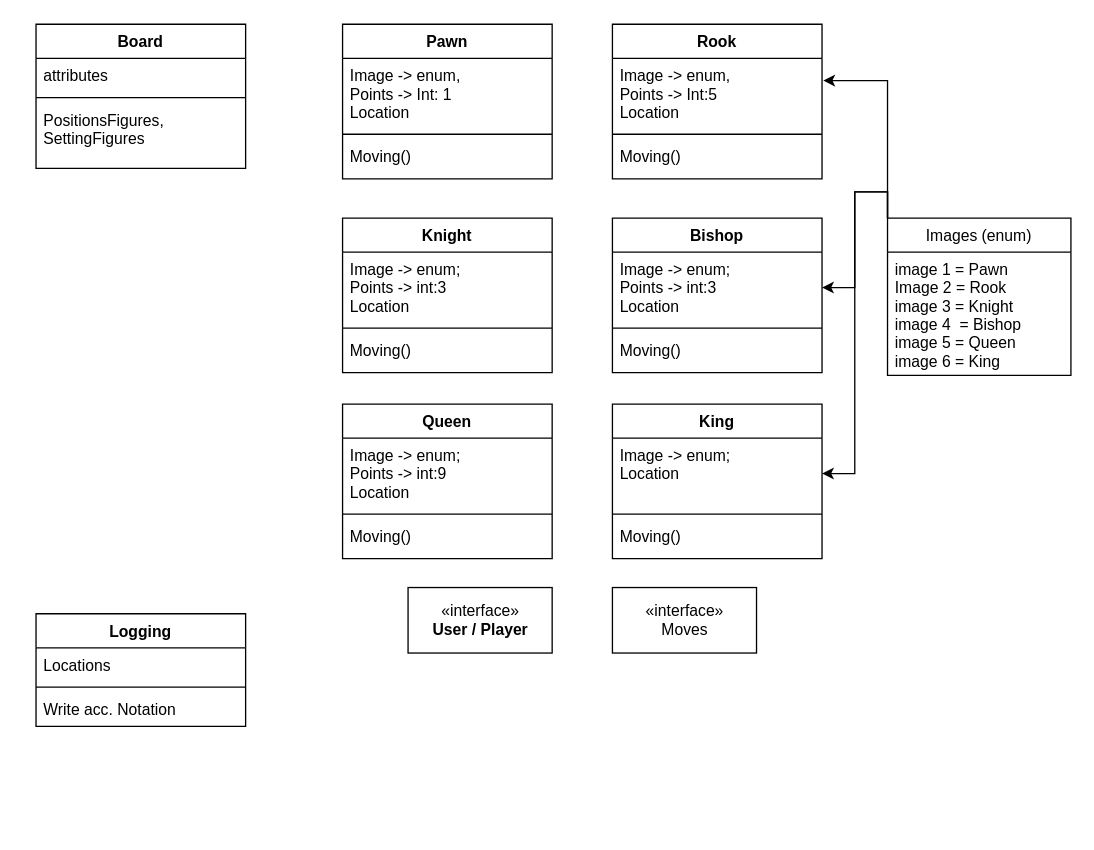
Earlier version of the draw.io diagram Unbenanntes Diagramm.drawio (Bl8nk20/Chess). Source tidied: cells renumbered, new cells numbered last; positions are measured from the earlier drawing's top-left corner, leaving out a move shared by most shapes. Both pictures are drawn from the tidied source at 131%, with x=0, y=0 at pixel (35, 24).
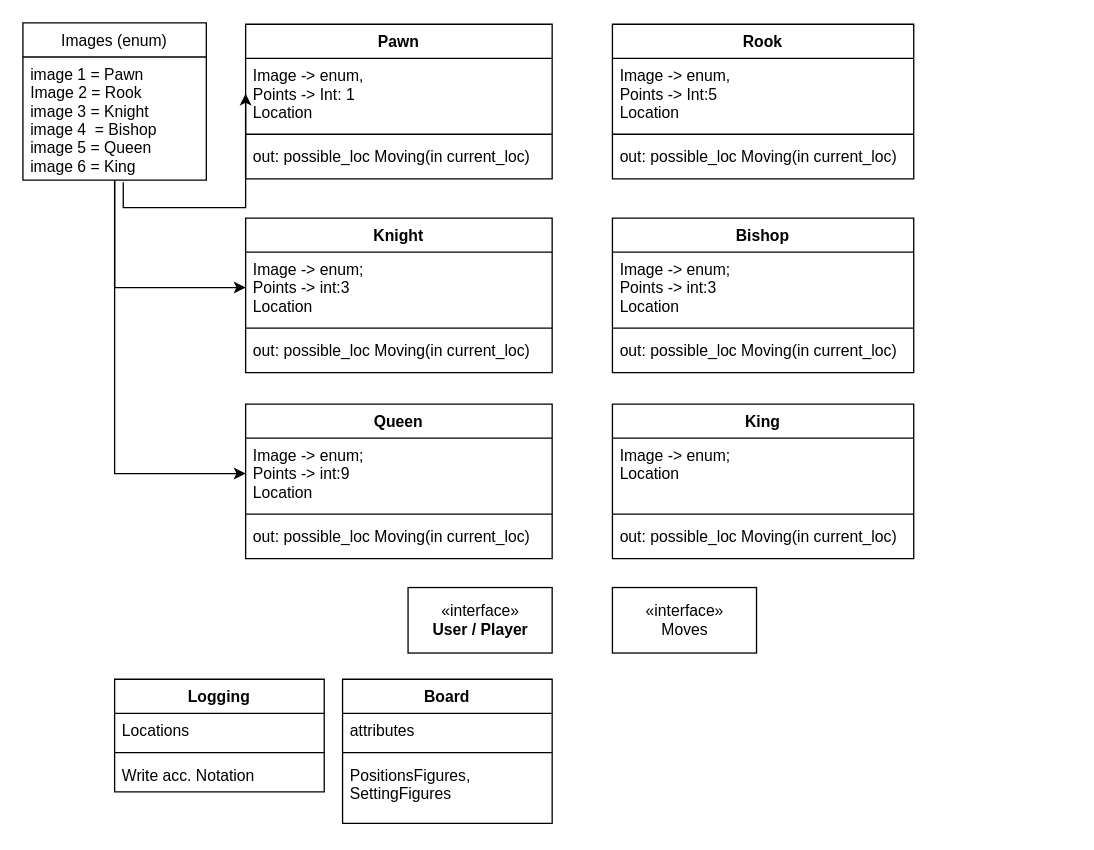
The same page after the edit.

Unchanged cells that the change refers to:
```xml
<mxCell id="34" value="image 1 = Pawn&#10;Image 2 = Rook&#10;image 3 = Knight&#10;image 4  = Bishop&#10;image 5 = Queen&#10;image 6 = King" style="text;strokeColor=none;fillColor=none;align=left;verticalAlign=top;spacingLeft=4;spacingRight=4;overflow=hidden;points=[[0,0.5],[1,0.5]];portConstraint=eastwest;" parent="33" vertex="1">
  <mxGeometry y="26" width="140" height="94" as="geometry" />
</mxCell>
```

What changed in the source:
```diff
@@
     <mxCell id="2" value="Board" style="swimlane;fontStyle=1;align=center;verticalAlign=top;horizontal=1;startSize=26;" parent="1" vertex="1">
-      <mxGeometry width="160" height="110" as="geometry" />
+      <mxGeometry x="234" y="500" width="160" height="110" as="geometry" />
     </mxCell>
@@
     <mxCell id="6" value="Pawn" style="swimlane;fontStyle=1;align=center;verticalAlign=top;horizontal=1;startSize=26;" parent="1" vertex="1">
-      <mxGeometry x="234" width="160" height="118" as="geometry" />
+      <mxGeometry x="160" width="234" height="118" as="geometry" />
     </mxCell>
     <mxCell id="7" value="Image -&gt; enum,&#10;Points -&gt; Int: 1&#10;Location&#10;" style="text;strokeColor=none;fillColor=none;align=left;verticalAlign=top;spacingLeft=4;spacingRight=4;overflow=hidden;points=[[0,0.5],[1,0.5]];portConstraint=eastwest;" parent="6" vertex="1">
-      <mxGeometry y="26" width="160" height="54" as="geometry" />
+      <mxGeometry y="26" width="234" height="54" as="geometry" />
     </mxCell>
     <mxCell id="8" style="line;strokeWidth=1;fillColor=none;align=left;verticalAlign=middle;spacingTop=-1;spacingLeft=3;spacingRight=3;labelPosition=right;strokeColor=inherit;" parent="6" vertex="1">
-      <mxGeometry y="80" width="160" height="8" as="geometry" />
+      <mxGeometry y="80" width="234" height="8" as="geometry" />
     </mxCell>
-    <mxCell id="9" value="Moving()&#10;" style="text;strokeColor=none;fillColor=none;align=left;verticalAlign=top;spacingLeft=4;spacingRight=4;overflow=hidden;" parent="6" vertex="1">
-      <mxGeometry y="88" width="160" height="30" as="geometry" />
+    <mxCell id="9" value="out: possible_loc Moving(in current_loc)" style="text;strokeColor=none;fillColor=none;align=left;verticalAlign=top;spacingLeft=4;spacingRight=4;overflow=hidden;" parent="6" vertex="1">
+      <mxGeometry y="88" width="234" height="30" as="geometry" />
     </mxCell>
     <mxCell id="10" value="Rook" style="swimlane;fontStyle=1;align=center;verticalAlign=top;horizontal=1;startSize=26;" parent="1" vertex="1">
-      <mxGeometry x="440" width="160" height="118" as="geometry" />
+      <mxGeometry x="440" width="230" height="118" as="geometry" />
     </mxCell>
     <mxCell id="11" value="Image -&gt; enum,&#10;Points -&gt; Int:5&#10;Location&#10;" style="text;strokeColor=none;fillColor=none;align=left;verticalAlign=top;spacingLeft=4;spacingRight=4;overflow=hidden;points=[[0,0.5],[1,0.5]];portConstraint=eastwest;" parent="10" vertex="1">
-      <mxGeometry y="26" width="160" height="54" as="geometry" />
+      <mxGeometry y="26" width="230" height="54" as="geometry" />
     </mxCell>
     <mxCell id="12" style="line;strokeWidth=1;fillColor=none;align=left;verticalAlign=middle;spacingTop=-1;spacingLeft=3;spacingRight=3;labelPosition=right;strokeColor=inherit;" parent="10" vertex="1">
-      <mxGeometry y="80" width="160" height="8" as="geometry" />
+      <mxGeometry y="80" width="230" height="8" as="geometry" />
     </mxCell>
-    <mxCell id="13" value="Moving()&#10;" style="text;strokeColor=none;fillColor=none;align=left;verticalAlign=top;spacingLeft=4;spacingRight=4;overflow=hidden;" parent="10" vertex="1">
-      <mxGeometry y="88" width="160" height="30" as="geometry" />
+    <mxCell id="13" value="out: possible_loc Moving(in current_loc)&#10;" style="text;strokeColor=none;fillColor=none;align=left;verticalAlign=top;spacingLeft=4;spacingRight=4;overflow=hidden;" parent="10" vertex="1">
+      <mxGeometry y="88" width="230" height="30" as="geometry" />
     </mxCell>
     <mxCell id="14" value="Knight" style="swimlane;fontStyle=1;align=center;verticalAlign=top;horizontal=1;startSize=26;" parent="1" vertex="1">
-      <mxGeometry x="234" y="148" width="160" height="118" as="geometry" />
+      <mxGeometry x="160" y="148" width="234" height="118" as="geometry" />
     </mxCell>
     <mxCell id="15" value="Image -&gt; enum;&#10;Points -&gt; int:3&#10;Location&#10;" style="text;strokeColor=none;fillColor=none;align=left;verticalAlign=top;spacingLeft=4;spacingRight=4;overflow=hidden;points=[[0,0.5],[1,0.5]];portConstraint=eastwest;" parent="14" vertex="1">
-      <mxGeometry y="26" width="160" height="54" as="geometry" />
+      <mxGeometry y="26" width="234" height="54" as="geometry" />
     </mxCell>
     <mxCell id="16" style="line;strokeWidth=1;fillColor=none;align=left;verticalAlign=middle;spacingTop=-1;spacingLeft=3;spacingRight=3;labelPosition=right;strokeColor=inherit;" parent="14" vertex="1">
-      <mxGeometry y="80" width="160" height="8" as="geometry" />
+      <mxGeometry y="80" width="234" height="8" as="geometry" />
     </mxCell>
-    <mxCell id="17" value="Moving()&#10;" style="text;strokeColor=none;fillColor=none;align=left;verticalAlign=top;spacingLeft=4;spacingRight=4;overflow=hidden;" parent="14" vertex="1">
-      <mxGeometry y="88" width="160" height="30" as="geometry" />
+    <mxCell id="17" value="out: possible_loc Moving(in current_loc)&#10;" style="text;strokeColor=none;fillColor=none;align=left;verticalAlign=top;spacingLeft=4;spacingRight=4;overflow=hidden;" parent="14" vertex="1">
+      <mxGeometry y="88" width="234" height="30" as="geometry" />
     </mxCell>
     <mxCell id="18" value="Queen" style="swimlane;fontStyle=1;align=center;verticalAlign=top;horizontal=1;startSize=26;" parent="1" vertex="1">
-      <mxGeometry x="234" y="290" width="160" height="118" as="geometry" />
+      <mxGeometry x="160" y="290" width="234" height="118" as="geometry" />
     </mxCell>
     <mxCell id="19" value="Image -&gt; enum;&#10;Points -&gt; int:9&#10;Location&#10;" style="text;strokeColor=none;fillColor=none;align=left;verticalAlign=top;spacingLeft=4;spacingRight=4;overflow=hidden;points=[[0,0.5],[1,0.5]];portConstraint=eastwest;" parent="18" vertex="1">
-      <mxGeometry y="26" width="160" height="54" as="geometry" />
+      <mxGeometry y="26" width="234" height="54" as="geometry" />
     </mxCell>
     <mxCell id="20" style="line;strokeWidth=1;fillColor=none;align=left;verticalAlign=middle;spacingTop=-1;spacingLeft=3;spacingRight=3;labelPosition=right;strokeColor=inherit;" parent="18" vertex="1">
-      <mxGeometry y="80" width="160" height="8" as="geometry" />
+      <mxGeometry y="80" width="234" height="8" as="geometry" />
     </mxCell>
-    <mxCell id="21" value="Moving()&#10;" style="text;strokeColor=none;fillColor=none;align=left;verticalAlign=top;spacingLeft=4;spacingRight=4;overflow=hidden;" parent="18" vertex="1">
-      <mxGeometry y="88" width="160" height="30" as="geometry" />
+    <mxCell id="21" value="out: possible_loc Moving(in current_loc)" style="text;strokeColor=none;fillColor=none;align=left;verticalAlign=top;spacingLeft=4;spacingRight=4;overflow=hidden;" parent="18" vertex="1">
+      <mxGeometry y="88" width="234" height="30" as="geometry" />
     </mxCell>
     <mxCell id="22" value="King" style="swimlane;fontStyle=1;align=center;verticalAlign=top;horizontal=1;startSize=26;" parent="1" vertex="1">
-      <mxGeometry x="440" y="290" width="160" height="118" as="geometry" />
+      <mxGeometry x="440" y="290" width="230" height="118" as="geometry" />
     </mxCell>
     <mxCell id="23" value="Image -&gt; enum;&#10;Location&#10;" style="text;strokeColor=none;fillColor=none;align=left;verticalAlign=top;spacingLeft=4;spacingRight=4;overflow=hidden;points=[[0,0.5],[1,0.5]];portConstraint=eastwest;" parent="22" vertex="1">
-      <mxGeometry y="26" width="160" height="54" as="geometry" />
+      <mxGeometry y="26" width="230" height="54" as="geometry" />
     </mxCell>
     <mxCell id="24" style="line;strokeWidth=1;fillColor=none;align=left;verticalAlign=middle;spacingTop=-1;spacingLeft=3;spacingRight=3;labelPosition=right;strokeColor=inherit;" parent="22" vertex="1">
-      <mxGeometry y="80" width="160" height="8" as="geometry" />
+      <mxGeometry y="80" width="230" height="8" as="geometry" />
     </mxCell>
-    <mxCell id="25" value="Moving()&#10;" style="text;strokeColor=none;fillColor=none;align=left;verticalAlign=top;spacingLeft=4;spacingRight=4;overflow=hidden;" parent="22" vertex="1">
-      <mxGeometry y="88" width="160" height="30" as="geometry" />
+    <mxCell id="25" value="out: possible_loc Moving(in current_loc)" style="text;strokeColor=none;fillColor=none;align=left;verticalAlign=top;spacingLeft=4;spacingRight=4;overflow=hidden;" parent="22" vertex="1">
+      <mxGeometry y="88" width="230" height="30" as="geometry" />
     </mxCell>
     <mxCell id="26" value="Bishop" style="swimlane;fontStyle=1;align=center;verticalAlign=top;horizontal=1;startSize=26;" parent="1" vertex="1">
-      <mxGeometry x="440" y="148" width="160" height="118" as="geometry" />
+      <mxGeometry x="440" y="148" width="230" height="118" as="geometry" />
     </mxCell>
     <mxCell id="27" value="Image -&gt; enum;&#10;Points -&gt; int:3&#10;Location&#10;" style="text;strokeColor=none;fillColor=none;align=left;verticalAlign=top;spacingLeft=4;spacingRight=4;overflow=hidden;points=[[0,0.5],[1,0.5]];portConstraint=eastwest;" parent="26" vertex="1">
-      <mxGeometry y="26" width="160" height="54" as="geometry" />
+      <mxGeometry y="26" width="230" height="54" as="geometry" />
     </mxCell>
     <mxCell id="28" style="line;strokeWidth=1;fillColor=none;align=left;verticalAlign=middle;spacingTop=-1;spacingLeft=3;spacingRight=3;labelPosition=right;strokeColor=inherit;" parent="26" vertex="1">
-      <mxGeometry y="80" width="160" height="8" as="geometry" />
+      <mxGeometry y="80" width="230" height="8" as="geometry" />
     </mxCell>
-    <mxCell id="29" value="Moving()&#10;" style="text;strokeColor=none;fillColor=none;align=left;verticalAlign=top;spacingLeft=4;spacingRight=4;overflow=hidden;" parent="26" vertex="1">
-      <mxGeometry y="88" width="160" height="30" as="geometry" />
+    <mxCell id="29" value="out: possible_loc Moving(in current_loc)" style="text;strokeColor=none;fillColor=none;align=left;verticalAlign=top;spacingLeft=4;spacingRight=4;overflow=hidden;" parent="26" vertex="1">
+      <mxGeometry y="88" width="230" height="30" as="geometry" />
     </mxCell>
-    <mxCell id="30" style="edgeStyle=orthogonalEdgeStyle;rounded=0;jettySize=auto;html=1;exitX=0;exitY=0;exitDx=0;exitDy=0;entryX=1.006;entryY=0.315;entryDx=0;entryDy=0;entryPerimeter=0;" parent="1" edge="1" source="33" target="11">
-      <mxGeometry relative="1" as="geometry" />
-    </mxCell>
-    <mxCell id="31" style="edgeStyle=orthogonalEdgeStyle;rounded=0;jettySize=auto;html=1;exitX=0;exitY=0;exitDx=0;exitDy=0;entryX=1;entryY=0.5;entryDx=0;entryDy=0;" parent="1" edge="1" source="33" target="27">
-      <mxGeometry relative="1" as="geometry" />
-    </mxCell>
-    <mxCell id="32" style="edgeStyle=orthogonalEdgeStyle;rounded=0;jettySize=auto;html=1;exitX=0;exitY=0;exitDx=0;exitDy=0;entryX=1;entryY=0.5;entryDx=0;entryDy=0;" parent="1" edge="1" source="33" target="23">
-      <mxGeometry relative="1" as="geometry" />
-    </mxCell>
+    <mxCell id="41" style="edgeStyle=elbowEdgeStyle;rounded=0;jettySize=auto;html=1;exitX=0.5;exitY=1;exitDx=0;exitDy=0;entryX=0;entryY=0.5;entryDx=0;entryDy=0;" parent="1" edge="1" source="33" target="19">
+      <mxGeometry relative="1" as="geometry">
+        <Array as="points">
+          <mxPoint x="60" y="230" />
+        </Array>
+      </mxGeometry>
+    </mxCell>
+    <mxCell id="42" style="edgeStyle=elbowEdgeStyle;rounded=0;jettySize=auto;html=1;entryX=0;entryY=0.5;entryDx=0;entryDy=0;" parent="1" edge="1" source="33" target="15">
+      <mxGeometry relative="1" as="geometry">
+        <Array as="points">
+          <mxPoint x="60" y="210" />
+        </Array>
+      </mxGeometry>
+    </mxCell>
     <mxCell id="33" value="Images (enum)" style="swimlane;fontStyle=0;horizontal=1;startSize=26;fillColor=none;" parent="1" vertex="1">
-      <mxGeometry x="650" y="148" width="140" height="120" as="geometry" />
+      <mxGeometry x="-10" y="-1" width="140" height="120" as="geometry" />
     </mxCell>
@@
     <mxCell id="37" value="Logging" style="swimlane;fontStyle=1;align=center;verticalAlign=top;horizontal=1;startSize=26;" parent="1" vertex="1">
-      <mxGeometry y="450" width="160" height="86" as="geometry" />
+      <mxGeometry x="60" y="500" width="160" height="86" as="geometry" />
     </mxCell>
@@
+    <mxCell id="43" style="edgeStyle=elbowEdgeStyle;rounded=0;jettySize=auto;html=1;exitX=0.547;exitY=1.018;exitDx=0;exitDy=0;entryX=0;entryY=0.5;entryDx=0;entryDy=0;exitPerimeter=0;" parent="1" edge="1" source="34" target="7">
+      <mxGeometry relative="1" as="geometry">
+        <Array as="points">
+          <mxPoint x="60" y="140" />
+          <mxPoint x="60" y="170" />
+        </Array>
+      </mxGeometry>
+    </mxCell>
```
